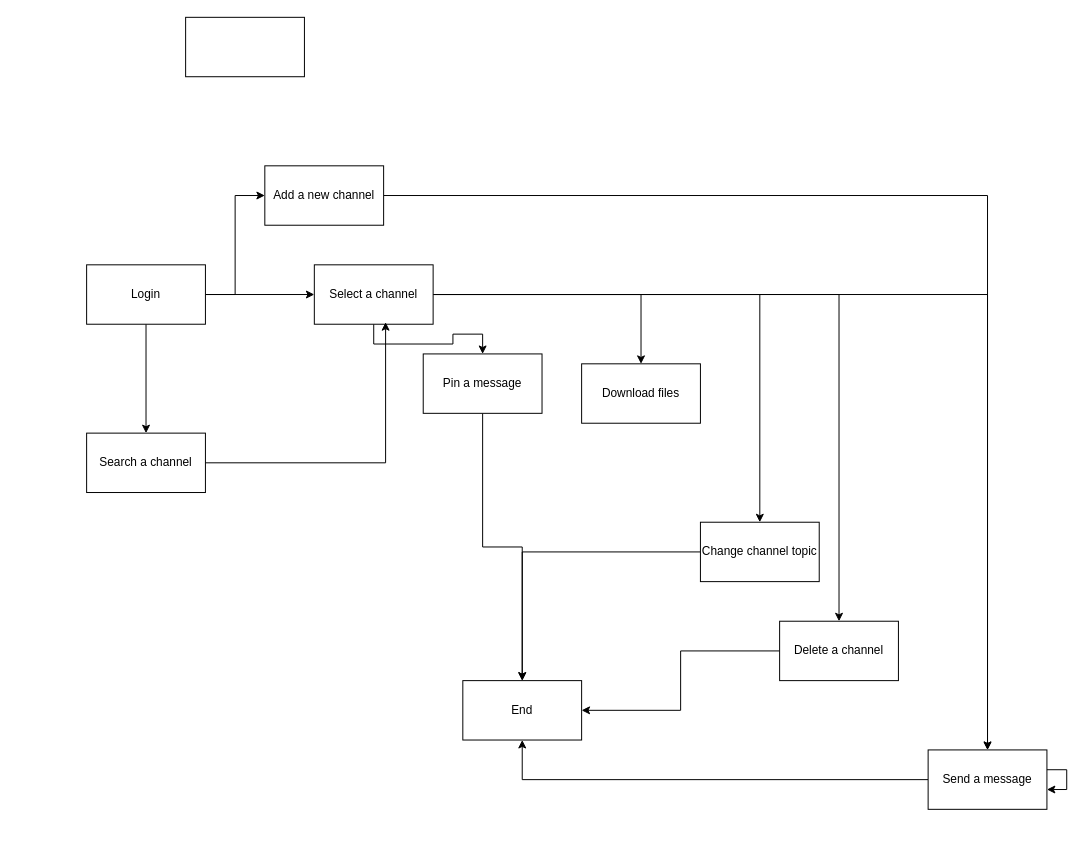
Above: BTLONTest.drawio in frozenproof/dactaphanmem (draw.io), before the change. Source tidied: cells renumbered, new cells numbered last; positions are measured from the earlier drawing's top-left corner, leaving out a move shared by most shapes. Both pictures are drawn from the tidied source at 99%, with x=0, y=0 at pixel (86, 17).
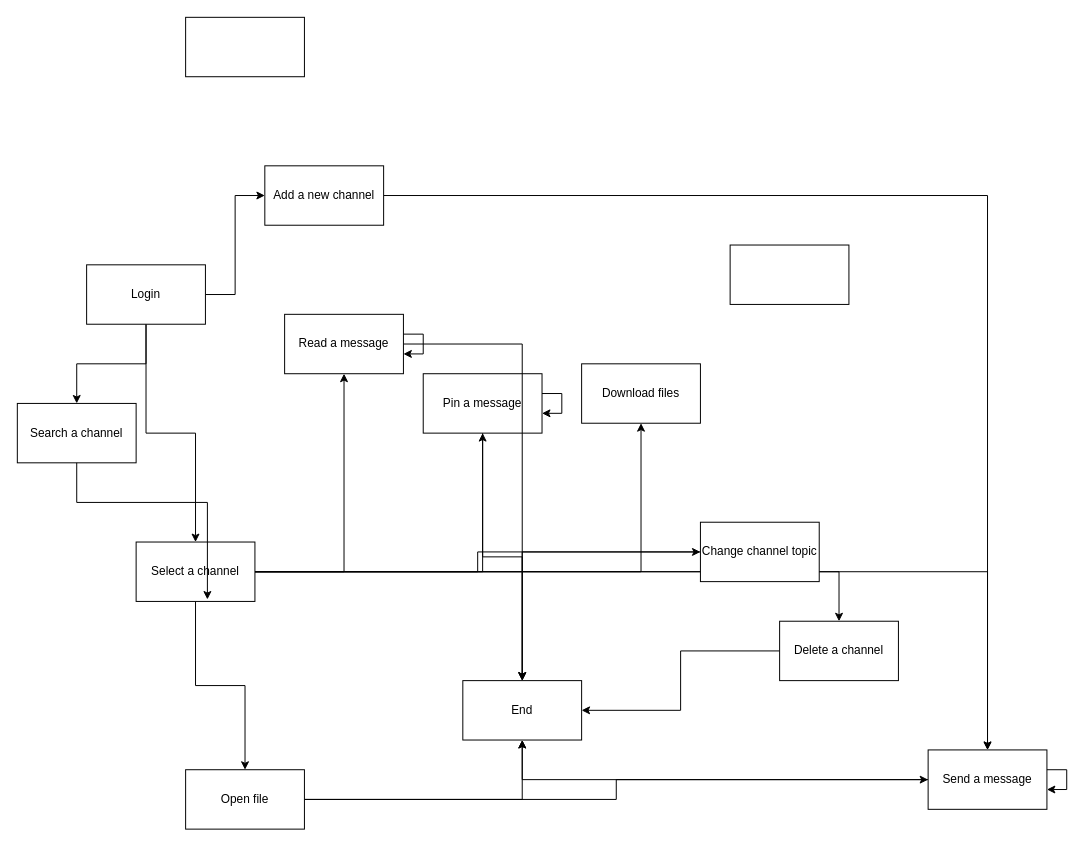
The same page after the edit.

Unchanged cells that the change refers to:
```xml
<mxCell id="9" value="Send a message" style="rounded=0;whiteSpace=wrap;html=1;" parent="1" vertex="1">
  <mxGeometry x="850" y="740" width="120" height="60" as="geometry" />
</mxCell>
<mxCell id="25" value="End" style="rounded=0;whiteSpace=wrap;html=1;" parent="1" vertex="1">
  <mxGeometry x="380" y="670" width="120" height="60" as="geometry" />
</mxCell>
```

Diff of the diagram source:
```diff
@@
     <mxCell id="10" value="Search a channel" style="rounded=0;whiteSpace=wrap;html=1;" parent="1" vertex="1">
-      <mxGeometry y="420" width="120" height="60" as="geometry" />
+      <mxGeometry x="-70" y="390" width="120" height="60" as="geometry" />
     </mxCell>
@@
+    <mxCell id="28" style="edgeStyle=orthogonalEdgeStyle;rounded=0;jettySize=auto;html=1;" parent="1" edge="1" source="18" target="32">
+      <mxGeometry relative="1" as="geometry" />
+    </mxCell>
+    <mxCell id="29" style="edgeStyle=orthogonalEdgeStyle;rounded=0;jettySize=auto;html=1;" parent="1" edge="1" source="18" target="34">
+      <mxGeometry relative="1" as="geometry" />
+    </mxCell>
     <mxCell id="18" value="Select a channel" style="rounded=0;whiteSpace=wrap;html=1;" parent="1" vertex="1">
-      <mxGeometry x="230" y="250" width="120" height="60" as="geometry" />
+      <mxGeometry x="50" y="530" width="120" height="60" as="geometry" />
     </mxCell>
@@
     <mxCell id="24" value="Pin a message" style="rounded=0;whiteSpace=wrap;html=1;" parent="1" vertex="1">
-      <mxGeometry x="340" y="340" width="120" height="60" as="geometry" />
+      <mxGeometry x="340" y="360" width="120" height="60" as="geometry" />
     </mxCell>
@@
+    <mxCell id="30" style="edgeStyle=orthogonalEdgeStyle;rounded=0;jettySize=auto;html=1;" parent="1" edge="1" source="32" target="25">
+      <mxGeometry relative="1" as="geometry" />
+    </mxCell>
+    <mxCell id="31" style="edgeStyle=orthogonalEdgeStyle;rounded=0;jettySize=auto;html=1;" parent="1" edge="1" source="32" target="9">
+      <mxGeometry relative="1" as="geometry" />
+    </mxCell>
+    <mxCell id="32" value="Open file" style="rounded=0;whiteSpace=wrap;html=1;" parent="1" vertex="1">
+      <mxGeometry x="100" y="760" width="120" height="60" as="geometry" />
+    </mxCell>
+    <mxCell id="33" style="edgeStyle=orthogonalEdgeStyle;rounded=0;jettySize=auto;html=1;" parent="1" edge="1" source="34" target="25">
+      <mxGeometry relative="1" as="geometry" />
+    </mxCell>
+    <mxCell id="34" value="Read a message" style="rounded=0;whiteSpace=wrap;html=1;" parent="1" vertex="1">
+      <mxGeometry x="200" y="300" width="120" height="60" as="geometry" />
+    </mxCell>
+    <mxCell id="35" style="edgeStyle=orthogonalEdgeStyle;rounded=0;orthogonalLoop=1;jettySize=auto;html=1;" parent="1" edge="1" source="34" target="34">
+      <mxGeometry relative="1" as="geometry" />
+    </mxCell>
+    <mxCell id="36" style="edgeStyle=orthogonalEdgeStyle;rounded=0;orthogonalLoop=1;jettySize=auto;html=1;" parent="1" edge="1" source="24" target="24">
+      <mxGeometry relative="1" as="geometry" />
+    </mxCell>
+    <mxCell id="37" style="rounded=0;whiteSpace=wrap;html=1;" parent="1" vertex="1">
+      <mxGeometry x="650" y="230" width="120" height="60" as="geometry" />
+    </mxCell>
```
